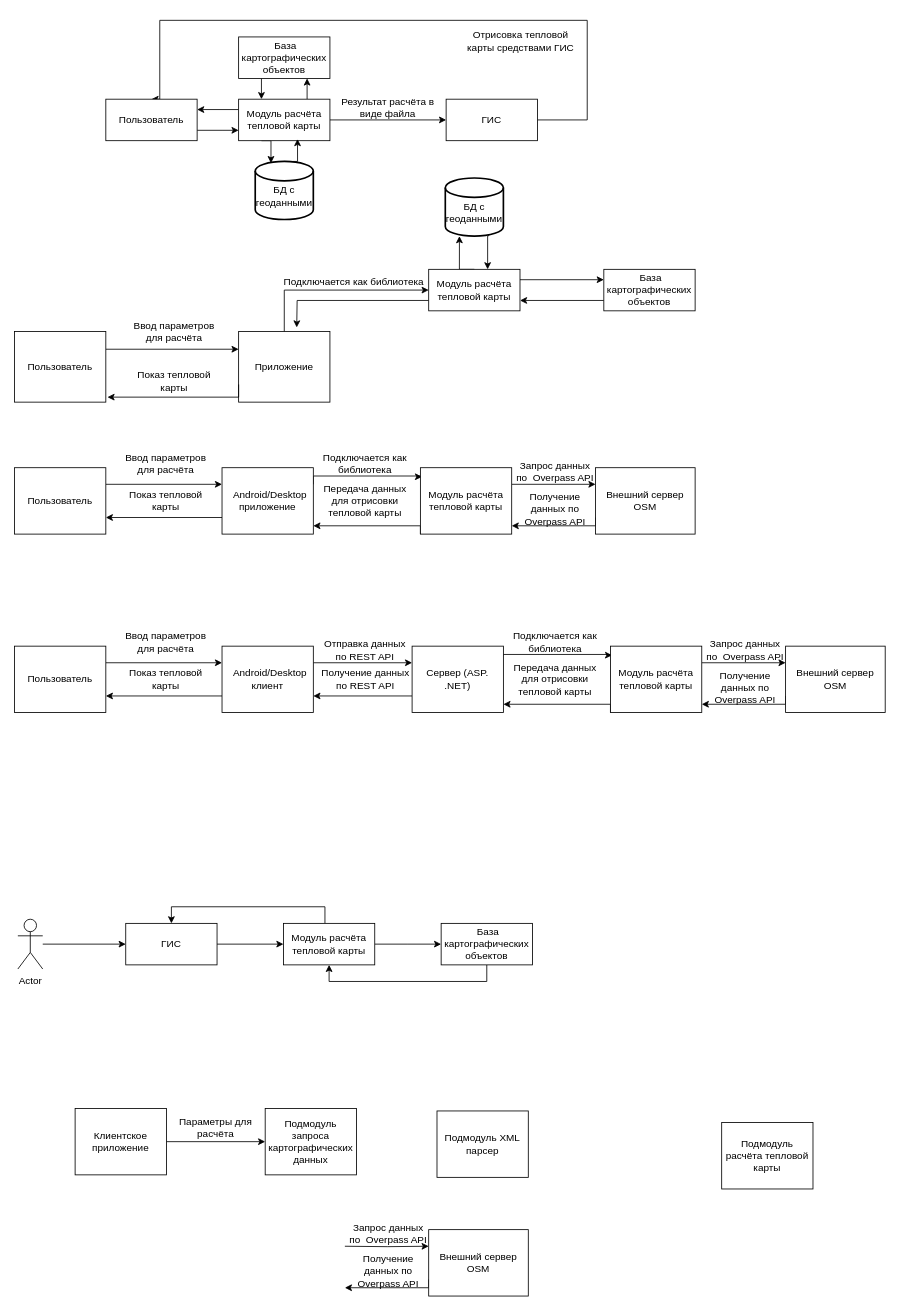
Earlier version of the draw.io diagram Диаграмма артитектуры модуля.drawio (KirMaid/OsmApiClient). Source tidied: cells renumbered, new cells numbered last; positions are measured from the earlier drawing's top-left corner, leaving out a move shared by most shapes. Both pictures are drawn from the tidied source at 83%, with x=0, y=0 at pixel (14, 20).
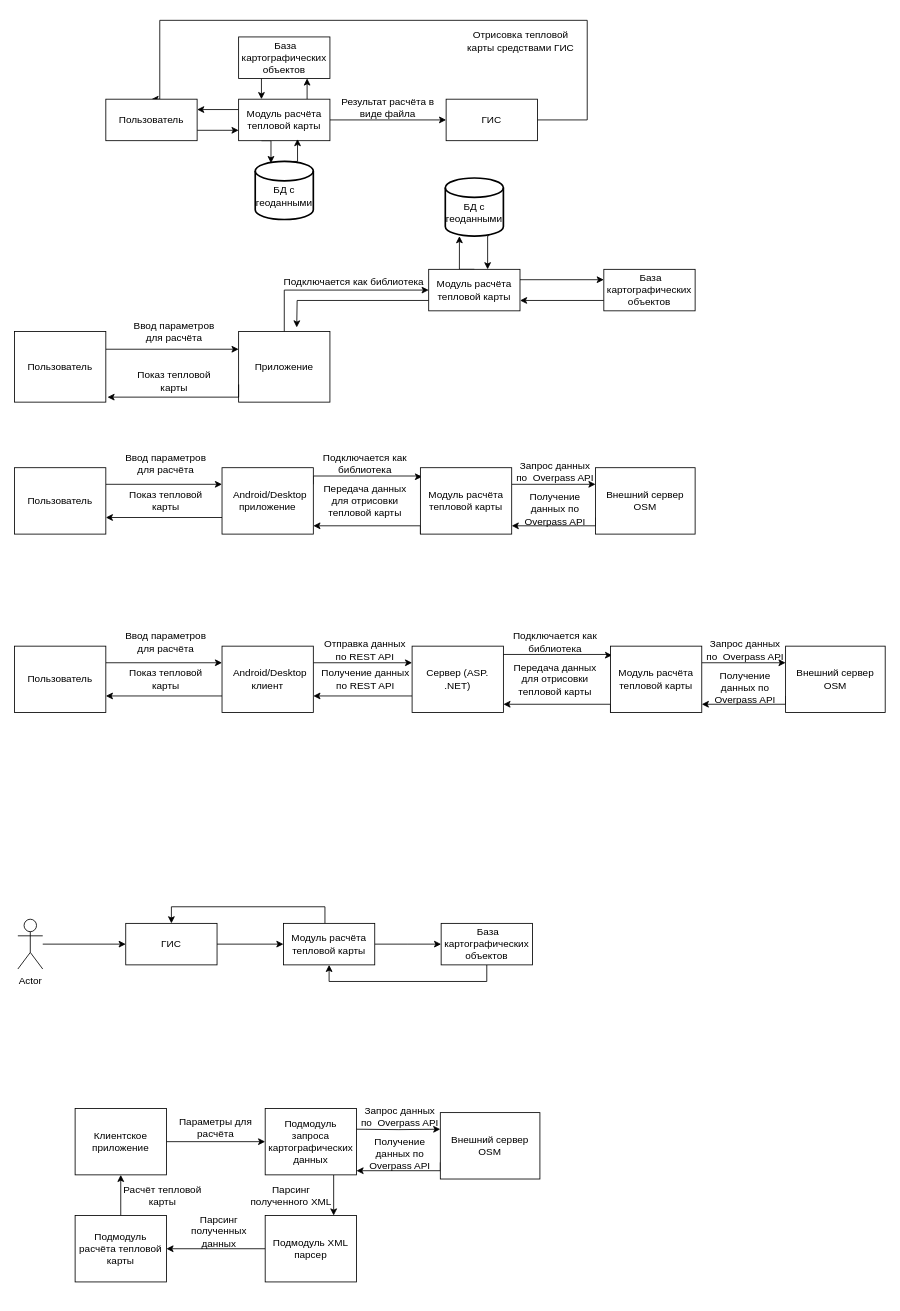
After the change.

The change refers to these unchanged cells:
```xml
<mxCell id="80" value="Подмодуль запроса картографических данных" style="html=1;whiteSpace=wrap;" parent="1" vertex="1">
  <mxGeometry x="302" y="1311" width="110" height="80" as="geometry" />
</mxCell>
<mxCell id="83" value="Клиентское приложение" style="html=1;whiteSpace=wrap;" parent="1" vertex="1">
  <mxGeometry x="73" y="1311" width="110" height="80" as="geometry" />
</mxCell>
```

The edit, as a diff of the source:
```diff
@@
+    <mxCell id="90" style="edgeStyle=orthogonalEdgeStyle;rounded=0;jettySize=auto;html=1;exitX=0.5;exitY=0;exitDx=0;exitDy=0;entryX=0.5;entryY=1;entryDx=0;entryDy=0;" parent="1" edge="1" source="79" target="83">
+      <mxGeometry relative="1" as="geometry" />
+    </mxCell>
     <mxCell id="79" value="Подмодуль расчёта тепловой карты" style="html=1;whiteSpace=wrap;" parent="1" vertex="1">
-      <mxGeometry x="852" y="1328" width="110" height="80" as="geometry" />
+      <mxGeometry x="73" y="1440" width="110" height="80" as="geometry" />
     </mxCell>
+    <mxCell id="91" style="edgeStyle=orthogonalEdgeStyle;rounded=0;jettySize=auto;html=1;exitX=0.75;exitY=1;exitDx=0;exitDy=0;entryX=0.75;entryY=0;entryDx=0;entryDy=0;" parent="1" edge="1" source="80" target="81">
+      <mxGeometry relative="1" as="geometry" />
+    </mxCell>
@@
+    <mxCell id="92" style="edgeStyle=orthogonalEdgeStyle;rounded=0;jettySize=auto;html=1;entryX=1;entryY=0.5;entryDx=0;entryDy=0;" parent="1" edge="1" source="81" target="79">
+      <mxGeometry relative="1" as="geometry" />
+    </mxCell>
     <mxCell id="81" value="Подмодуль XML парсер" style="html=1;whiteSpace=wrap;" parent="1" vertex="1">
-      <mxGeometry x="509" y="1314" width="110" height="80" as="geometry" />
+      <mxGeometry x="302" y="1440" width="110" height="80" as="geometry" />
     </mxCell>
@@
     <mxCell id="85" style="edgeStyle=orthogonalEdgeStyle;rounded=0;jettySize=auto;html=1;exitX=1;exitY=0.25;exitDx=0;exitDy=0;entryX=0;entryY=0.25;entryDx=0;entryDy=0;" parent="1" edge="1" target="87">
       <mxGeometry relative="1" as="geometry">
-        <mxPoint x="398" y="1477" as="sourcePoint" />
+        <mxPoint x="412" y="1336" as="sourcePoint" />
       </mxGeometry>
     </mxCell>
     <mxCell id="86" style="edgeStyle=orthogonalEdgeStyle;rounded=0;jettySize=auto;html=1;exitX=0;exitY=0.75;exitDx=0;exitDy=0;" parent="1" edge="1" source="87">
       <mxGeometry relative="1" as="geometry">
-        <mxPoint x="398" y="1527" as="targetPoint" />
+        <mxPoint x="412" y="1386" as="targetPoint" />
         <Array as="points">
-          <mxPoint x="499" y="1527" />
-          <mxPoint x="398" y="1527" />
+          <mxPoint x="513" y="1386" />
+          <mxPoint x="412" y="1386" />
         </Array>
       </mxGeometry>
     </mxCell>
     <mxCell id="87" value="Внешний сервер OSM" style="rounded=0;whiteSpace=wrap;html=1;" parent="1" vertex="1">
-      <mxGeometry x="499" y="1457" width="120" height="80" as="geometry" />
+      <mxGeometry x="513" y="1316" width="120" height="80" as="geometry" />
     </mxCell>
     <mxCell id="88" value="Запрос данных по&amp;nbsp; Overpass API" style="text;html=1;strokeColor=none;fillColor=none;align=center;verticalAlign=middle;whiteSpace=wrap;rounded=0;" parent="1" vertex="1">
-      <mxGeometry x="398" y="1447" width="105" height="30" as="geometry" />
+      <mxGeometry x="412" y="1306" width="105" height="30" as="geometry" />
     </mxCell>
     <mxCell id="89" value="Получение данных по Overpass API" style="text;html=1;strokeColor=none;fillColor=none;align=center;verticalAlign=middle;whiteSpace=wrap;rounded=0;" parent="1" vertex="1">
-      <mxGeometry x="398" y="1492" width="105" height="30" as="geometry" />
+      <mxGeometry x="412" y="1351" width="105" height="30" as="geometry" />
     </mxCell>
+    <mxCell id="93" value="Парсинг полученных данных" style="text;html=1;strokeColor=none;fillColor=none;align=center;verticalAlign=middle;whiteSpace=wrap;rounded=0;" parent="1" vertex="1">
+      <mxGeometry x="194" y="1444" width="105" height="30" as="geometry" />
+    </mxCell>
+    <mxCell id="94" value="Расчёт тепловой карты" style="text;html=1;strokeColor=none;fillColor=none;align=center;verticalAlign=middle;whiteSpace=wrap;rounded=0;" parent="1" vertex="1">
+      <mxGeometry x="126" y="1401" width="105" height="30" as="geometry" />
+    </mxCell>
+    <mxCell id="95" value="Парсинг полученного XML" style="text;html=1;strokeColor=none;fillColor=none;align=center;verticalAlign=middle;whiteSpace=wrap;rounded=0;" parent="1" vertex="1">
+      <mxGeometry x="281" y="1401" width="105" height="30" as="geometry" />
+    </mxCell>
```
